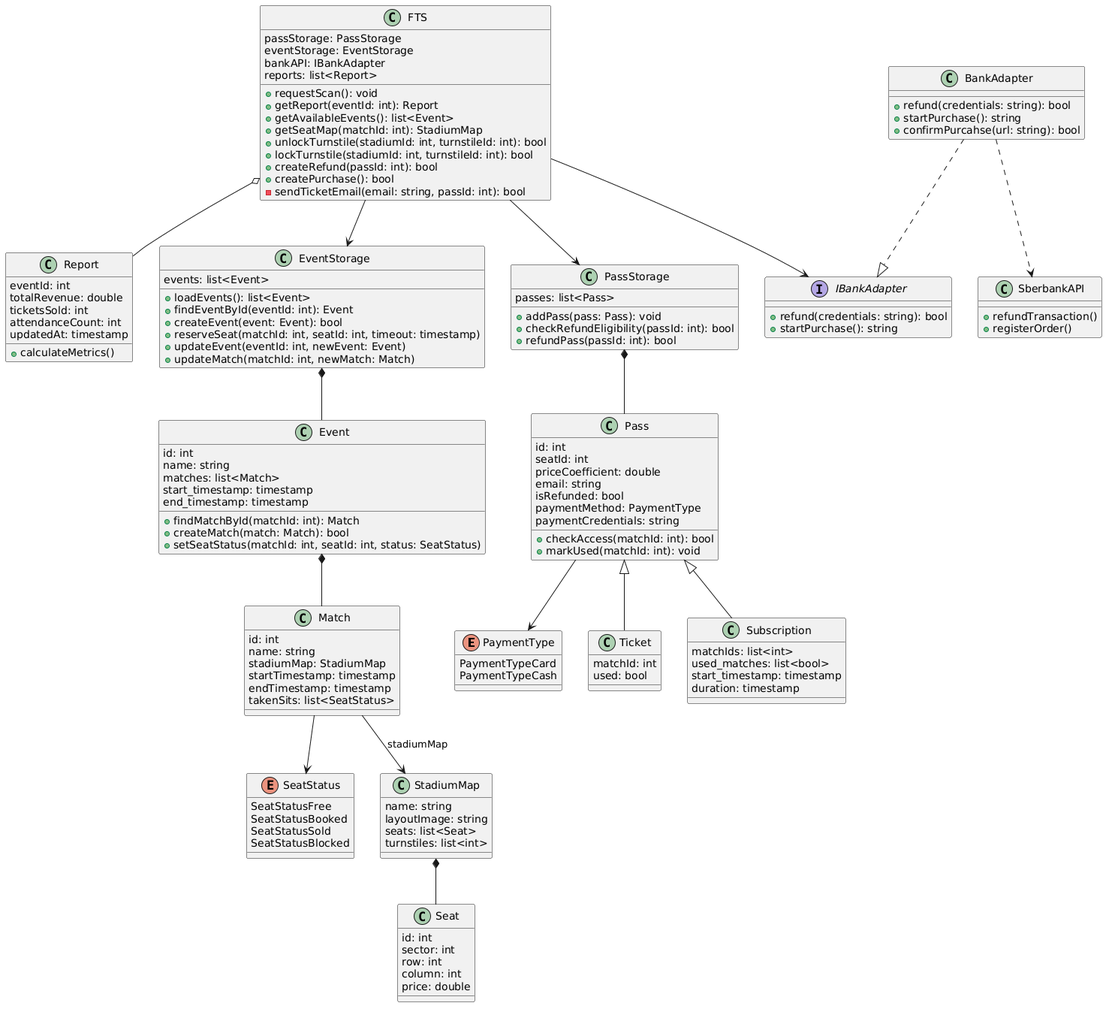
Before: source/Диаграмма Классов.png, a diagram exported from PlantUML (penamarth/bsbo-11-24_team5_var10_football).
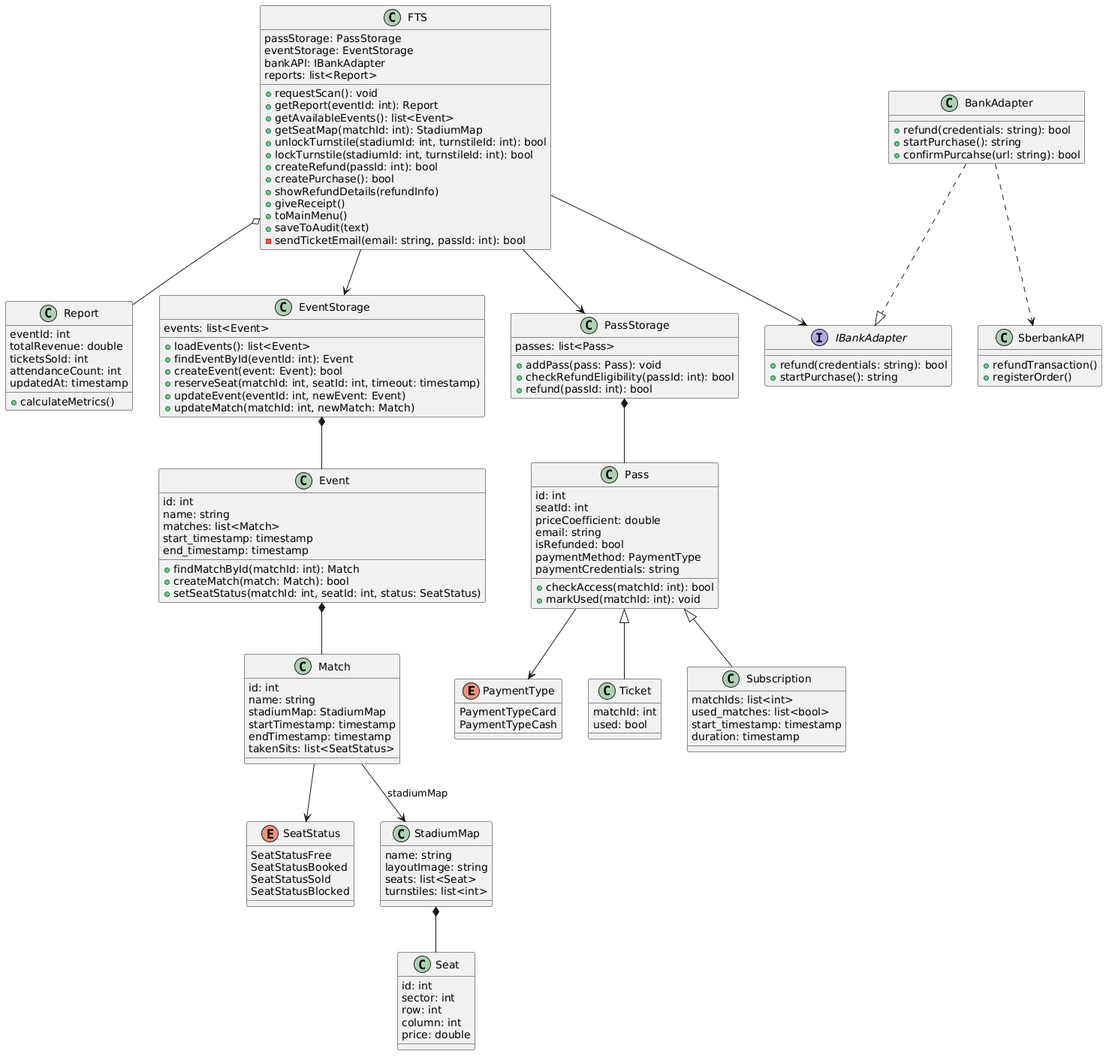
After the change.

The edit, as a diff of the source:
```diff
@@ -24,6 +24,10 @@
 	+ lockTurnstile(stadiumId: int, turnstileId: int): bool
 	+ createRefund(passId: int): bool
 	+ createPurchase(): bool
+    + showRefundDetails(refundInfo)
+    + giveReceipt()
+    + toMainMenu()
+    + saveToAudit(text)
 	- sendTicketEmail(email: string, passId: int): bool
 }
 
@@ -85,7 +89,7 @@
 	passes: list<Pass>
 	+ addPass(pass: Pass): void
 	+ checkRefundEligibility(passId: int): bool
-	+ refundPass(passId: int): bool
+	+ refund(passId: int): bool
 }
 
 interface IBankAdapter {
```
